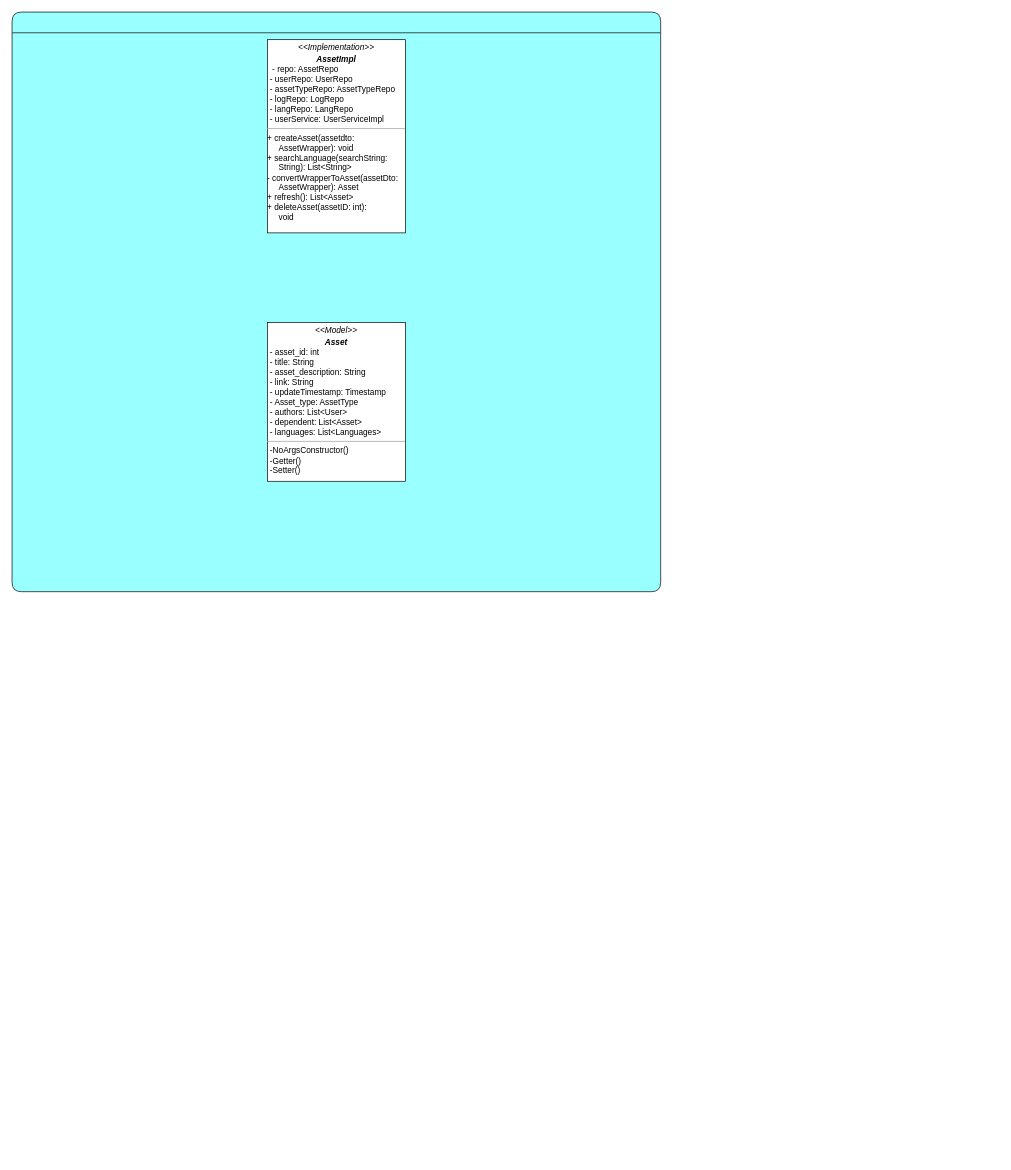
This is AssetUML.drawio from CallumMoss/Asset-Management-System, a draw.io file, before an edit. Source tidied: cells renumbered, new cells numbered last; positions are measured from the earlier drawing's top-left corner, leaving out a move shared by most shapes. Both pictures are drawn from the tidied source at 69%, with x=0, y=0 at pixel (12, 12).
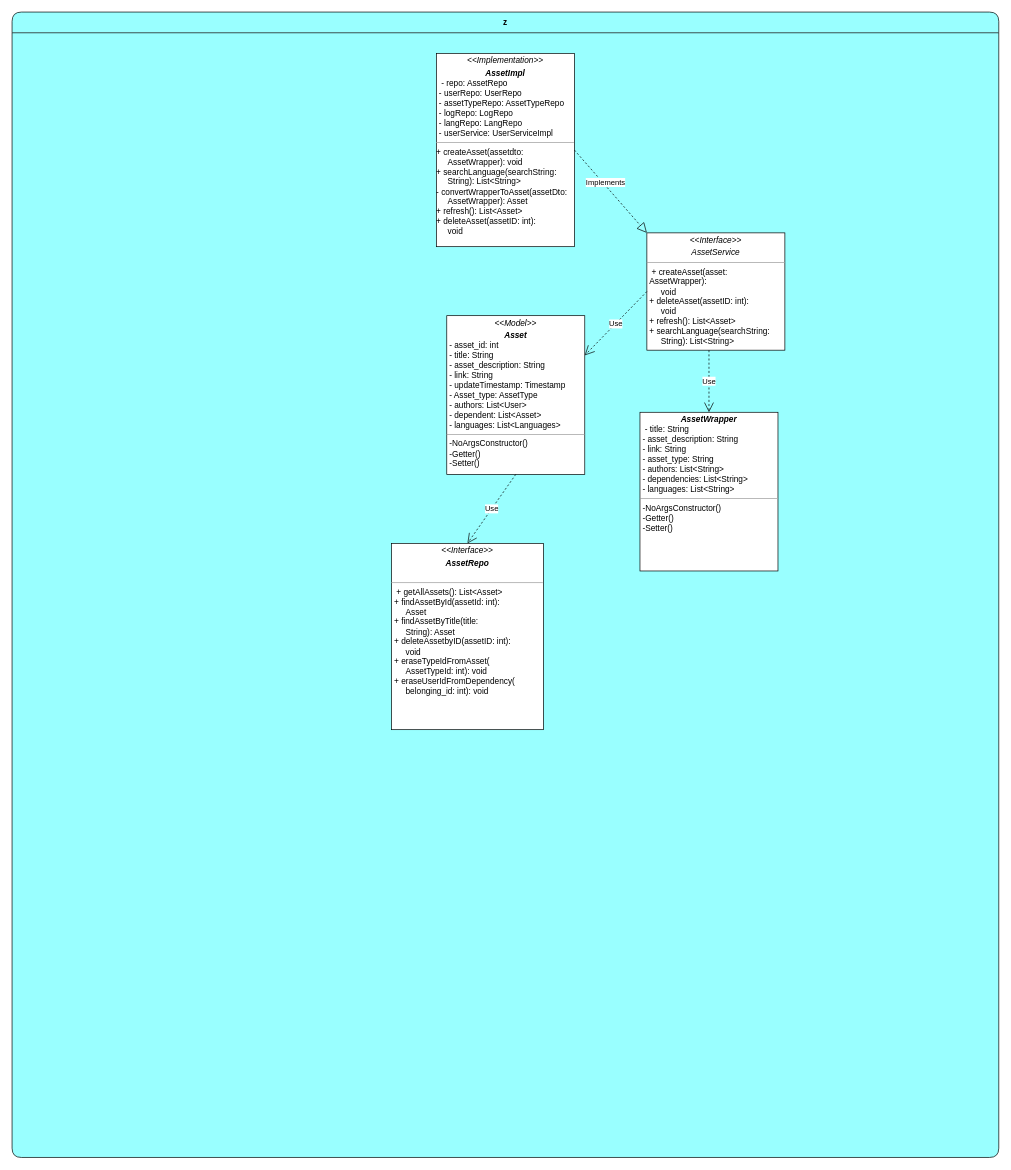
The same page after the edit.

Commit message:
Asset UML CLass diagram

Diff of the diagram source:
```diff
@@
 <mxGraphModel>
   <root>
     <mxCell id="0" />
     <mxCell id="1" parent="0" />
-    <mxCell id="2" style="swimlane;whiteSpace=wrap;html=1;startSize=30;rounded=1;swimlaneFillColor=#99FFFF;fillColor=#99FFFF;" parent="1" vertex="1">
-      <mxGeometry width="940" height="840" as="geometry" />
+    <mxCell id="2" value="z" style="swimlane;whiteSpace=wrap;html=1;startSize=30;rounded=1;swimlaneFillColor=#99FFFF;fillColor=#99FFFF;" parent="1" vertex="1">
+      <mxGeometry width="1430" height="1660" as="geometry" />
     </mxCell>
     <mxCell id="3" value="&lt;p style=&quot;margin:0px;margin-top:4px;text-align:center;&quot;&gt;&lt;i&gt;&amp;lt;&amp;lt;Model&amp;gt;&amp;gt;&lt;/i&gt;&lt;br&gt;&lt;/p&gt;&lt;p style=&quot;margin:0px;margin-top:4px;text-align:center;&quot;&gt;&lt;i&gt;&lt;b&gt;Asset&lt;/b&gt;&lt;/i&gt;&lt;/p&gt;&lt;p style=&quot;margin:0px;margin-left:4px;&quot;&gt;- asset_id: int&amp;nbsp; &amp;nbsp; &amp;nbsp; &amp;nbsp; &amp;nbsp; &amp;nbsp; &amp;nbsp; &amp;nbsp; &amp;nbsp;&lt;/p&gt;&lt;p style=&quot;margin:0px;margin-left:4px;&quot;&gt;- title: String&amp;nbsp; &amp;nbsp; &amp;nbsp; &amp;nbsp; &amp;nbsp; &amp;nbsp; &amp;nbsp; &amp;nbsp; &amp;nbsp;&lt;/p&gt;&lt;p style=&quot;margin:0px;margin-left:4px;&quot;&gt;- asset_description: String&amp;nbsp; &amp;nbsp; &amp;nbsp;&lt;/p&gt;&lt;p style=&quot;margin:0px;margin-left:4px;&quot;&gt;- link: String&amp;nbsp; &amp;nbsp; &amp;nbsp; &amp;nbsp; &amp;nbsp; &amp;nbsp; &amp;nbsp; &amp;nbsp; &amp;nbsp; &lt;/p&gt;&lt;p style=&quot;margin:0px;margin-left:4px;&quot;&gt;- updateTimestamp: Timestamp&amp;nbsp; &amp;nbsp; &lt;/p&gt;&lt;p style=&quot;margin:0px;margin-left:4px;&quot;&gt; - Asset_type: AssetType&amp;nbsp; &amp;nbsp; &amp;nbsp; &amp;nbsp; &amp;nbsp;&lt;/p&gt;&lt;p style=&quot;margin:0px;margin-left:4px;&quot;&gt; - authors: List&amp;lt;User&amp;gt;&amp;nbsp; &amp;nbsp; &amp;nbsp; &amp;nbsp; &amp;nbsp; &amp;nbsp;&lt;/p&gt;&lt;p style=&quot;margin:0px;margin-left:4px;&quot;&gt; - dependent: List&amp;lt;Asset&amp;gt;&amp;nbsp; &amp;nbsp; &amp;nbsp; &amp;nbsp; &lt;/p&gt;&lt;p style=&quot;margin:0px;margin-left:4px;&quot;&gt; - languages: List&amp;lt;Languages&amp;gt;&amp;nbsp;&lt;/p&gt;&lt;hr size=&quot;1&quot;&gt;&lt;p style=&quot;margin:0px;margin-left:4px;&quot;&gt;-NoArgsConstructor()&lt;/p&gt;&lt;p style=&quot;margin:0px;margin-left:4px;&quot;&gt;-Getter()&lt;/p&gt;&lt;p style=&quot;margin:0px;margin-left:4px;&quot;&gt;-Setter()&lt;/p&gt;" style="verticalAlign=top;align=left;overflow=fill;html=1;whiteSpace=wrap;" parent="2" vertex="1">
-      <mxGeometry x="370" y="450" width="200" height="230" as="geometry" />
+      <mxGeometry x="630" y="440" width="200" height="230" as="geometry" />
     </mxCell>
     <mxCell id="4" value="&lt;p style=&quot;margin:0px;margin-top:4px;text-align:center;&quot;&gt;&lt;i&gt;&amp;lt;&amp;lt;Implementation&amp;gt;&amp;gt;&lt;/i&gt;&lt;br&gt;&lt;/p&gt;&lt;p style=&quot;margin:0px;margin-top:4px;text-align:center;&quot;&gt;&lt;i&gt;&lt;b&gt;AssetImpl&lt;/b&gt;&lt;/i&gt;&lt;/p&gt;&lt;p style=&quot;margin:0px;margin-left:4px;&quot;&gt;&amp;nbsp;- repo: AssetRepo&amp;nbsp; &amp;nbsp; &amp;nbsp; &amp;nbsp; &amp;nbsp; &amp;nbsp; &amp;nbsp; &amp;nbsp;&lt;/p&gt;&lt;p style=&quot;margin:0px;margin-left:4px;&quot;&gt; - userRepo: UserRepo&amp;nbsp; &amp;nbsp; &amp;nbsp; &amp;nbsp; &amp;nbsp; &amp;nbsp; &lt;/p&gt;&lt;p style=&quot;margin:0px;margin-left:4px;&quot;&gt; - assetTypeRepo: AssetTypeRepo&amp;nbsp; &lt;/p&gt;&lt;p style=&quot;margin:0px;margin-left:4px;&quot;&gt; - logRepo: LogRepo&amp;nbsp; &amp;nbsp; &amp;nbsp; &amp;nbsp; &amp;nbsp; &amp;nbsp; &amp;nbsp; &lt;/p&gt;&lt;p style=&quot;margin:0px;margin-left:4px;&quot;&gt; - langRepo: LangRepo&amp;nbsp; &amp;nbsp; &amp;nbsp; &amp;nbsp; &amp;nbsp; &amp;nbsp; &lt;/p&gt;&lt;p style=&quot;margin:0px;margin-left:4px;&quot;&gt; - userService: UserServiceImpl&amp;nbsp;&lt;/p&gt;&lt;hr size=&quot;1&quot;&gt;&lt;p style=&quot;margin:0px;margin-left:4px;&quot;&gt;&lt;/p&gt;&lt;div&gt;+ createAsset(assetdto:&amp;nbsp; &amp;nbsp; &amp;nbsp; &amp;nbsp; &lt;/div&gt;&lt;div&gt;&amp;nbsp; &amp;nbsp; &amp;nbsp;AssetWrapper): void&amp;nbsp; &amp;nbsp; &amp;nbsp; &amp;nbsp; &amp;nbsp;&lt;/div&gt;&lt;div&gt; + searchLanguage(searchString: &lt;/div&gt;&lt;div&gt;&amp;nbsp; &amp;nbsp; &amp;nbsp;String): List&amp;lt;String&amp;gt;&amp;nbsp; &amp;nbsp; &amp;nbsp; &amp;nbsp;&lt;/div&gt;&lt;div&gt; - convertWrapperToAsset(assetDto: &lt;/div&gt;&lt;div&gt;&amp;nbsp; &amp;nbsp; &amp;nbsp;AssetWrapper): Asset&amp;nbsp; &amp;nbsp; &amp;nbsp; &amp;nbsp; &lt;/div&gt;&lt;div&gt; + refresh(): List&amp;lt;Asset&amp;gt;&amp;nbsp; &amp;nbsp; &amp;nbsp; &amp;nbsp; &lt;/div&gt;&lt;div&gt; + deleteAsset(assetID: int):&amp;nbsp; &amp;nbsp; &lt;/div&gt;&lt;div&gt;&amp;nbsp; &amp;nbsp; &amp;nbsp;void&amp;nbsp; &amp;nbsp;&lt;/div&gt;" style="verticalAlign=top;align=left;overflow=fill;html=1;whiteSpace=wrap;" parent="2" vertex="1">
-      <mxGeometry x="370" y="40" width="200" height="280" as="geometry" />
+      <mxGeometry x="615" y="60" width="200" height="280" as="geometry" />
     </mxCell>
+    <mxCell id="5" value="&lt;p style=&quot;margin:0px;margin-top:4px;text-align:center;&quot;&gt;&lt;i&gt;&amp;lt;&amp;lt;Interface&amp;gt;&amp;gt;&lt;/i&gt;&lt;/p&gt;&lt;p style=&quot;margin:0px;margin-top:4px;text-align:center;&quot;&gt;&lt;i&gt;AssetService&lt;/i&gt;&lt;/p&gt;&lt;hr size=&quot;1&quot;&gt;&lt;p style=&quot;margin:0px;margin-left:4px;&quot;&gt;&amp;nbsp;+ createAsset(asset: AssetWrapper): &lt;/p&gt;&lt;p style=&quot;margin:0px;margin-left:4px;&quot;&gt;&amp;nbsp; &amp;nbsp; &amp;nbsp;void&amp;nbsp; &amp;nbsp; &amp;nbsp; &amp;nbsp; &amp;nbsp; &amp;nbsp; &amp;nbsp; &amp;nbsp; &amp;nbsp; &amp;nbsp; &amp;nbsp; &amp;nbsp; &lt;/p&gt;&lt;p style=&quot;margin:0px;margin-left:4px;&quot;&gt; + deleteAsset(assetID: int):&amp;nbsp; &amp;nbsp; &lt;/p&gt;&lt;p style=&quot;margin:0px;margin-left:4px;&quot;&gt;&amp;nbsp; &amp;nbsp; &amp;nbsp;void&amp;nbsp; &amp;nbsp; &amp;nbsp; &amp;nbsp; &amp;nbsp; &amp;nbsp; &amp;nbsp; &amp;nbsp; &amp;nbsp; &amp;nbsp; &amp;nbsp; &amp;nbsp; &lt;/p&gt;&lt;p style=&quot;margin:0px;margin-left:4px;&quot;&gt; + refresh(): List&amp;lt;Asset&amp;gt;&amp;nbsp; &amp;nbsp; &amp;nbsp; &amp;nbsp; &lt;/p&gt;&lt;p style=&quot;margin:0px;margin-left:4px;&quot;&gt; + searchLanguage(searchString: &lt;/p&gt;&lt;p style=&quot;margin:0px;margin-left:4px;&quot;&gt;&amp;nbsp; &amp;nbsp; &amp;nbsp;String): List&amp;lt;String&amp;gt;&amp;nbsp;&lt;/p&gt;" style="verticalAlign=top;align=left;overflow=fill;html=1;whiteSpace=wrap;" parent="2" vertex="1">
+      <mxGeometry x="920" y="320" width="200" height="170" as="geometry" />
+    </mxCell>
+    <mxCell id="6" style="endArrow=block;dashed=1;endFill=0;endSize=12;html=1;rounded=0;entryX=0;entryY=0;entryDx=0;entryDy=0;exitX=1;exitY=0.5;exitDx=0;exitDy=0;" parent="2" edge="1" source="4" target="5">
+      <mxGeometry relative="1" as="geometry" />
+    </mxCell>
+    <mxCell id="7" value="Implements" style="edgeLabel;html=1;align=center;verticalAlign=middle;" parent="6" vertex="1">
+      <mxGeometry x="-0.2" y="3" relative="1" as="geometry" />
+    </mxCell>
+    <mxCell id="8" value="&lt;p style=&quot;margin:0px;margin-top:4px;text-align:center;&quot;&gt;&lt;i style=&quot;background-color: initial;&quot;&gt;&lt;b&gt;AssetWrapper&lt;/b&gt;&lt;/i&gt;&lt;br&gt;&lt;/p&gt;&lt;p style=&quot;margin:0px;margin-left:4px;&quot;&gt;&amp;nbsp;- title: String&amp;nbsp; &amp;nbsp; &amp;nbsp; &amp;nbsp; &amp;nbsp; &amp;nbsp; &amp;nbsp; &amp;nbsp; &amp;nbsp;&lt;/p&gt;&lt;p style=&quot;margin:0px;margin-left:4px;&quot;&gt; - asset_description: String&amp;nbsp; &amp;nbsp; &amp;nbsp;&lt;/p&gt;&lt;p style=&quot;margin:0px;margin-left:4px;&quot;&gt; - link: String&amp;nbsp; &amp;nbsp; &amp;nbsp; &amp;nbsp; &amp;nbsp; &amp;nbsp; &amp;nbsp; &amp;nbsp; &amp;nbsp; &lt;/p&gt;&lt;p style=&quot;margin:0px;margin-left:4px;&quot;&gt; - asset_type: String&amp;nbsp; &amp;nbsp; &amp;nbsp; &amp;nbsp; &amp;nbsp; &amp;nbsp; &lt;/p&gt;&lt;p style=&quot;margin:0px;margin-left:4px;&quot;&gt; - authors: List&amp;lt;String&amp;gt;&amp;nbsp; &amp;nbsp; &amp;nbsp; &amp;nbsp; &amp;nbsp;&lt;/p&gt;&lt;p style=&quot;margin:0px;margin-left:4px;&quot;&gt; - dependencies: List&amp;lt;String&amp;gt;&amp;nbsp; &amp;nbsp; &lt;/p&gt;&lt;p style=&quot;margin:0px;margin-left:4px;&quot;&gt; - languages: List&amp;lt;String&amp;gt;&amp;nbsp; &amp;nbsp; &amp;nbsp; &amp;nbsp;&lt;/p&gt;&lt;hr size=&quot;1&quot;&gt;&lt;p style=&quot;margin:0px;margin-left:4px;&quot;&gt;-NoArgsConstructor()&lt;/p&gt;&lt;p style=&quot;margin:0px;margin-left:4px;&quot;&gt;-Getter()&lt;/p&gt;&lt;p style=&quot;margin:0px;margin-left:4px;&quot;&gt;-Setter()&lt;/p&gt;" style="verticalAlign=top;align=left;overflow=fill;html=1;whiteSpace=wrap;" parent="2" vertex="1">
+      <mxGeometry x="910" y="580" width="200" height="230" as="geometry" />
+    </mxCell>
+    <mxCell id="9" value="&lt;p style=&quot;margin:0px;margin-top:4px;text-align:center;&quot;&gt;&lt;i&gt;&amp;lt;&amp;lt;Interface&amp;gt;&amp;gt;&lt;/i&gt;&lt;br&gt;&lt;/p&gt;&lt;p style=&quot;margin:0px;margin-top:4px;text-align:center;&quot;&gt;&lt;i&gt;&lt;b&gt;AssetRepo&lt;/b&gt;&lt;/i&gt;&lt;/p&gt;&lt;p style=&quot;margin:0px;margin-left:4px;&quot;&gt;&lt;span style=&quot;background-color: initial;&quot;&gt;&amp;nbsp;&lt;/span&gt;&lt;br&gt;&lt;/p&gt;&lt;hr size=&quot;1&quot;&gt;&lt;p style=&quot;margin:0px;margin-left:4px;&quot;&gt;&amp;nbsp;+ getAllAssets(): List&amp;lt;Asset&amp;gt;&amp;nbsp; &amp;nbsp;&lt;/p&gt;&lt;p style=&quot;margin:0px;margin-left:4px;&quot;&gt; + findAssetById(assetId: int):&amp;nbsp; &lt;/p&gt;&lt;p style=&quot;margin:0px;margin-left:4px;&quot;&gt;&amp;nbsp; &amp;nbsp; &amp;nbsp;Asset&amp;nbsp; &amp;nbsp; &amp;nbsp; &amp;nbsp; &amp;nbsp; &amp;nbsp; &amp;nbsp; &amp;nbsp; &amp;nbsp; &amp;nbsp; &amp;nbsp; &amp;nbsp; &lt;/p&gt;&lt;p style=&quot;margin:0px;margin-left:4px;&quot;&gt; + findAssetByTitle(title:&amp;nbsp; &amp;nbsp; &amp;nbsp; &amp;nbsp;&lt;/p&gt;&lt;p style=&quot;margin:0px;margin-left:4px;&quot;&gt;&amp;nbsp; &amp;nbsp; &amp;nbsp;String): Asset&amp;nbsp; &amp;nbsp; &amp;nbsp; &amp;nbsp; &amp;nbsp; &amp;nbsp; &amp;nbsp; &lt;/p&gt;&lt;p style=&quot;margin:0px;margin-left:4px;&quot;&gt; + deleteAssetbyID(assetID: int):&lt;/p&gt;&lt;p style=&quot;margin:0px;margin-left:4px;&quot;&gt;&amp;nbsp; &amp;nbsp; &amp;nbsp;void&amp;nbsp; &amp;nbsp; &amp;nbsp; &amp;nbsp; &amp;nbsp; &amp;nbsp; &amp;nbsp; &amp;nbsp; &amp;nbsp; &amp;nbsp; &amp;nbsp; &amp;nbsp; &amp;nbsp;&lt;/p&gt;&lt;p style=&quot;margin:0px;margin-left:4px;&quot;&gt; + eraseTypeIdFromAsset(&amp;nbsp; &amp;nbsp; &amp;nbsp; &amp;nbsp; &amp;nbsp;&lt;/p&gt;&lt;p style=&quot;margin:0px;margin-left:4px;&quot;&gt;&amp;nbsp; &amp;nbsp; &amp;nbsp;AssetTypeId: int): void&amp;nbsp; &amp;nbsp; &amp;nbsp;&lt;/p&gt;&lt;p style=&quot;margin:0px;margin-left:4px;&quot;&gt; + eraseUserIdFromDependency(&amp;nbsp; &amp;nbsp; &lt;/p&gt;&lt;p style=&quot;margin:0px;margin-left:4px;&quot;&gt;&amp;nbsp; &amp;nbsp; &amp;nbsp;belonging_id: int): void&amp;nbsp;&amp;nbsp;&lt;/p&gt;" style="verticalAlign=top;align=left;overflow=fill;html=1;whiteSpace=wrap;" parent="2" vertex="1">
+      <mxGeometry x="550" y="770" width="220" height="270" as="geometry" />
+    </mxCell>
+    <mxCell id="10" value="Use" style="endArrow=open;endSize=12;dashed=1;html=1;rounded=0;exitX=0;exitY=0.5;exitDx=0;exitDy=0;entryX=1;entryY=0.25;entryDx=0;entryDy=0;" parent="2" edge="1" source="5" target="3">
+      <mxGeometry relative="1" as="geometry" />
+    </mxCell>
+    <mxCell id="11" value="Use" style="endArrow=open;endSize=12;dashed=1;html=1;rounded=0;exitX=0;exitY=0.5;exitDx=0;exitDy=0;entryX=0.5;entryY=0;entryDx=0;entryDy=0;" parent="2" edge="1" target="8">
+      <mxGeometry relative="1" as="geometry">
+        <mxPoint x="1010" y="490" as="sourcePoint" />
+      </mxGeometry>
+    </mxCell>
+    <mxCell id="12" value="Use" style="endArrow=open;endSize=12;dashed=1;html=1;rounded=0;exitX=0.5;exitY=1;exitDx=0;exitDy=0;entryX=0.5;entryY=0;entryDx=0;entryDy=0;" parent="2" edge="1" source="3" target="9">
+      <mxGeometry relative="1" as="geometry" />
+    </mxCell>
   </root>
 </mxGraphModel>
```
